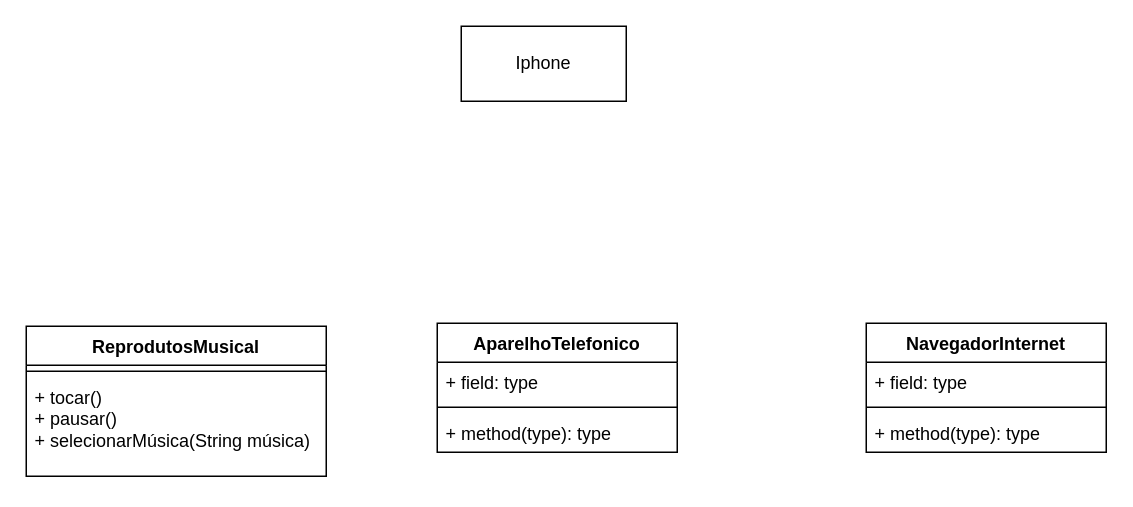
This is Modelando o iPhone com UML: Funções de Músicas, Chamadas e Internet.drawio from victoralvescosta/dio-lab-Modelando-UML, a draw.io file, before an edit. Source tidied: cells renumbered, new cells numbered last; positions are measured from the earlier drawing's top-left corner, leaving out a move shared by most shapes. Both pictures are drawn from the tidied source at 150%, with x=0, y=0 at pixel (26, 26).
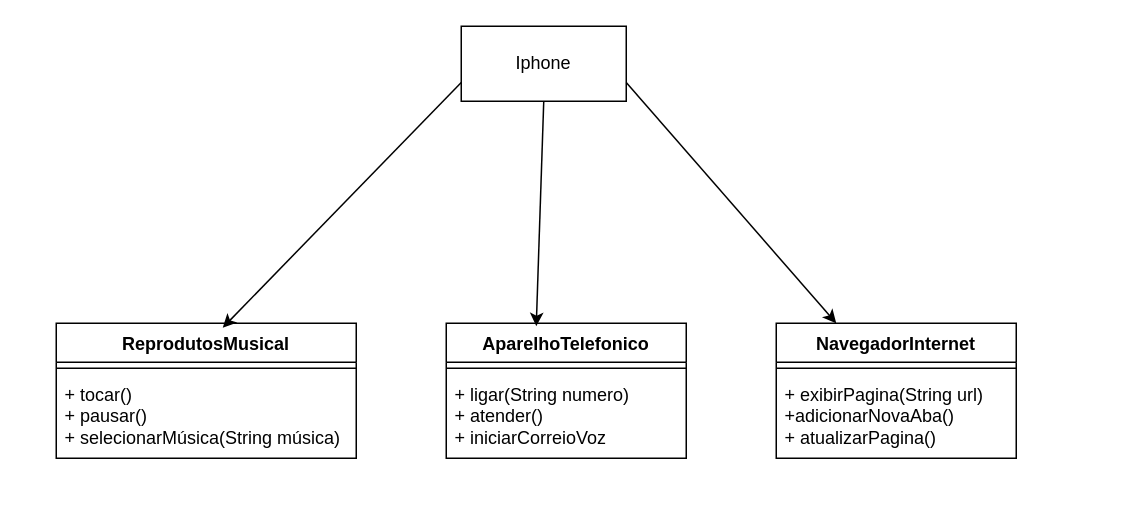
The same diagram, later.

The edit, as a diff of the source:
```diff
@@
 <mxGraphModel>
   <root>
     <mxCell id="0" />
     <mxCell id="1" parent="0" />
     <mxCell id="2" value="Iphone" style="html=1;whiteSpace=wrap;" parent="1" vertex="1">
       <mxGeometry x="290" width="110" height="50" as="geometry" />
     </mxCell>
     <mxCell id="3" value="ReprodutosMusical" style="swimlane;fontStyle=1;align=center;verticalAlign=top;horizontal=1;startSize=26;whiteSpace=wrap;html=1;" parent="1" vertex="1">
-      <mxGeometry y="200" width="200" height="100" as="geometry" />
+      <mxGeometry x="20" y="198" width="200" height="90" as="geometry" />
     </mxCell>
     <mxCell id="4" style="line;strokeWidth=1;fillColor=none;align=left;verticalAlign=middle;spacingTop=-1;spacingLeft=3;spacingRight=3;labelPosition=right;strokeColor=inherit;" parent="3" vertex="1">
       <mxGeometry y="26" width="200" height="8" as="geometry" />
     </mxCell>
     <mxCell id="5" value="+ tocar()&lt;div&gt;+ pausar()&lt;/div&gt;&lt;div&gt;+ selecionarMúsica(String música)&lt;/div&gt;" style="text;strokeColor=none;fillColor=none;align=left;verticalAlign=top;spacingLeft=4;spacingRight=4;overflow=hidden;whiteSpace=wrap;html=1;" parent="3" vertex="1">
-      <mxGeometry y="34" width="200" height="66" as="geometry" />
+      <mxGeometry y="34" width="200" height="56" as="geometry" />
     </mxCell>
     <mxCell id="6" value="AparelhoTelefonico" style="swimlane;fontStyle=1;align=center;verticalAlign=top;horizontal=1;startSize=26;whiteSpace=wrap;html=1;" parent="1" vertex="1">
-      <mxGeometry x="274" y="198" width="160" height="86" as="geometry" />
+      <mxGeometry x="280" y="198" width="160" height="90" as="geometry" />
     </mxCell>
-    <mxCell id="7" value="+ field: type" style="text;strokeColor=none;fillColor=none;align=left;verticalAlign=top;spacingLeft=4;spacingRight=4;overflow=hidden;whiteSpace=wrap;html=1;" parent="6" vertex="1">
-      <mxGeometry y="26" width="160" height="26" as="geometry" />
-    </mxCell>
     <mxCell id="8" style="line;strokeWidth=1;fillColor=none;align=left;verticalAlign=middle;spacingTop=-1;spacingLeft=3;spacingRight=3;labelPosition=right;strokeColor=inherit;" parent="6" vertex="1">
-      <mxGeometry y="52" width="160" height="8" as="geometry" />
+      <mxGeometry y="26" width="160" height="8" as="geometry" />
     </mxCell>
-    <mxCell id="9" value="+ method(type): type" style="text;strokeColor=none;fillColor=none;align=left;verticalAlign=top;spacingLeft=4;spacingRight=4;overflow=hidden;whiteSpace=wrap;html=1;" parent="6" vertex="1">
-      <mxGeometry y="60" width="160" height="26" as="geometry" />
+    <mxCell id="9" value="+ ligar(String numero)&lt;div&gt;+ atender()&lt;/div&gt;&lt;div&gt;+ iniciarCorreioVoz&lt;/div&gt;" style="text;strokeColor=none;fillColor=none;align=left;verticalAlign=top;spacingLeft=4;spacingRight=4;overflow=hidden;whiteSpace=wrap;html=1;" parent="6" vertex="1">
+      <mxGeometry y="34" width="160" height="56" as="geometry" />
     </mxCell>
     <mxCell id="10" value="NavegadorInternet" style="swimlane;fontStyle=1;align=center;verticalAlign=top;horizontal=1;startSize=26;whiteSpace=wrap;html=1;" parent="1" vertex="1">
-      <mxGeometry x="560" y="198" width="160" height="86" as="geometry" />
+      <mxGeometry x="500" y="198" width="160" height="90" as="geometry" />
     </mxCell>
-    <mxCell id="11" value="+ field: type" style="text;strokeColor=none;fillColor=none;align=left;verticalAlign=top;spacingLeft=4;spacingRight=4;overflow=hidden;whiteSpace=wrap;html=1;" parent="10" vertex="1">
-      <mxGeometry y="26" width="160" height="26" as="geometry" />
-    </mxCell>
     <mxCell id="12" style="line;strokeWidth=1;fillColor=none;align=left;verticalAlign=middle;spacingTop=-1;spacingLeft=3;spacingRight=3;labelPosition=right;strokeColor=inherit;" parent="10" vertex="1">
-      <mxGeometry y="52" width="160" height="8" as="geometry" />
+      <mxGeometry y="26" width="160" height="8" as="geometry" />
     </mxCell>
-    <mxCell id="13" value="+ method(type): type" style="text;strokeColor=none;fillColor=none;align=left;verticalAlign=top;spacingLeft=4;spacingRight=4;overflow=hidden;whiteSpace=wrap;html=1;" parent="10" vertex="1">
-      <mxGeometry y="60" width="160" height="26" as="geometry" />
+    <mxCell id="13" value="+ exibirPagina(String url)&lt;div&gt;+adicionarNovaAba()&lt;/div&gt;&lt;div&gt;+ atualizarPagina()&lt;/div&gt;" style="text;strokeColor=none;fillColor=none;align=left;verticalAlign=top;spacingLeft=4;spacingRight=4;overflow=hidden;whiteSpace=wrap;html=1;" parent="10" vertex="1">
+      <mxGeometry y="34" width="160" height="56" as="geometry" />
     </mxCell>
+    <mxCell id="14" style="curved=1;endArrow=classic;html=1;rounded=0;entryX=0.555;entryY=0.033;entryDx=0;entryDy=0;entryPerimeter=0;exitX=0;exitY=0.75;exitDx=0;exitDy=0;" parent="1" edge="1" source="2" target="3">
+      <mxGeometry relative="1" as="geometry" />
+    </mxCell>
+    <mxCell id="15" style="endArrow=classic;html=1;rounded=0;entryX=0.375;entryY=0.022;entryDx=0;entryDy=0;entryPerimeter=0;exitX=0.5;exitY=1;exitDx=0;exitDy=0;" parent="1" edge="1" source="2" target="6">
+      <mxGeometry relative="1" as="geometry" />
+    </mxCell>
+    <mxCell id="16" style="endArrow=classic;html=1;rounded=0;entryX=0.25;entryY=0;entryDx=0;entryDy=0;exitX=1;exitY=0.75;exitDx=0;exitDy=0;" parent="1" edge="1" source="2" target="10">
+      <mxGeometry relative="1" as="geometry" />
+    </mxCell>
   </root>
 </mxGraphModel>
```
